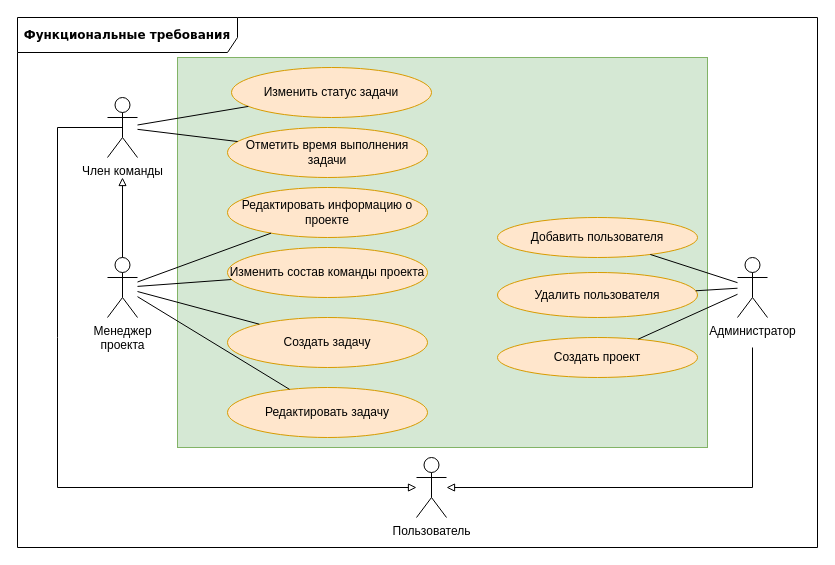
Before: docs/raw_diagrams/functional_requirements.drawio in aVorotnikov/thunder_board, a draw.io diagram. Source tidied: cells renumbered, new cells numbered last; positions are measured from the earlier drawing's top-left corner, leaving out a move shared by most shapes. Both pictures are drawn from the tidied source at 100%, with x=0, y=0 at pixel (17, 17).
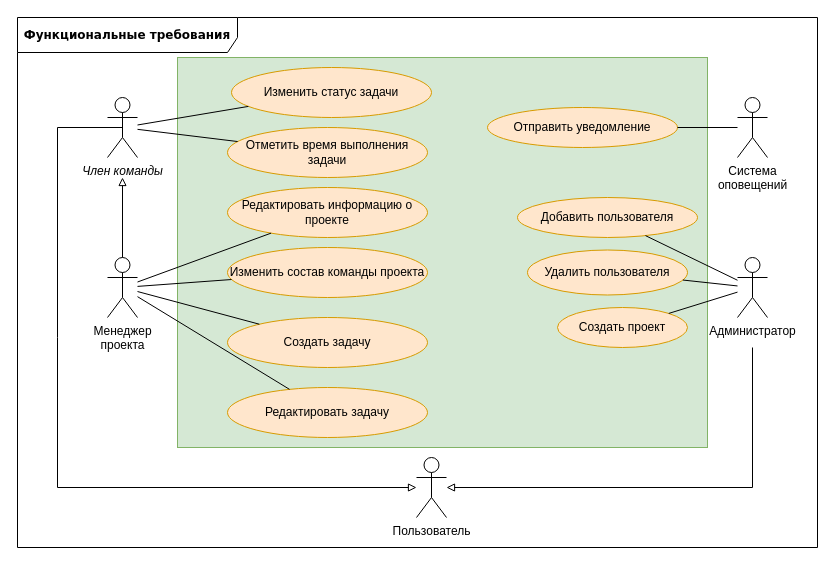
After the change.

Change to the diagram source:
```diff
@@
     <mxCell id="5" value="Добавить пользователя" style="ellipse;whiteSpace=wrap;html=1;fillColor=#ffe6cc;strokeColor=#d79b00;" parent="1" vertex="1">
-      <mxGeometry x="480" y="200" width="200" height="40" as="geometry" />
+      <mxGeometry x="500" y="180" width="180" height="40" as="geometry" />
     </mxCell>
     <mxCell id="6" value="Создать проект" style="ellipse;whiteSpace=wrap;html=1;fillColor=#ffe6cc;strokeColor=#d79b00;" parent="1" vertex="1">
-      <mxGeometry x="480" y="320" width="200" height="40" as="geometry" />
+      <mxGeometry x="540" y="290" width="130" height="40" as="geometry" />
     </mxCell>
     <mxCell id="7" value="Удалить пользователя" style="ellipse;whiteSpace=wrap;html=1;fillColor=#ffe6cc;strokeColor=#d79b00;" parent="1" vertex="1">
-      <mxGeometry x="480" y="255" width="200" height="45" as="geometry" />
+      <mxGeometry x="510" y="232.5" width="160" height="45" as="geometry" />
     </mxCell>
@@
-    <mxCell id="24" value="Член команды" style="shape=umlActor;verticalLabelPosition=bottom;verticalAlign=top;html=1;outlineConnect=0;" parent="1" vertex="1">
+    <mxCell id="24" value="&lt;i&gt;Член команды&lt;/i&gt;" style="shape=umlActor;verticalLabelPosition=bottom;verticalAlign=top;html=1;outlineConnect=0;" parent="1" vertex="1">
       <mxGeometry x="90" y="80" width="30" height="60" as="geometry" />
     </mxCell>
@@
+    <mxCell id="29" value="&lt;div&gt;Система&lt;/div&gt;&lt;div&gt;оповещений&lt;br&gt;&lt;/div&gt;" style="shape=umlActor;verticalLabelPosition=bottom;verticalAlign=top;html=1;outlineConnect=0;" parent="1" vertex="1">
+      <mxGeometry x="720" y="80" width="30" height="60" as="geometry" />
+    </mxCell>
+    <mxCell id="30" value="Отправить уведомление" style="ellipse;whiteSpace=wrap;html=1;fillColor=#ffe6cc;strokeColor=#d79b00;" parent="1" vertex="1">
+      <mxGeometry x="470" y="90" width="190" height="40" as="geometry" />
+    </mxCell>
+    <mxCell id="31" style="endArrow=none;html=1;rounded=0;entryX=1;entryY=0.5;entryDx=0;entryDy=0;" parent="1" edge="1" source="29" target="30">
+      <mxGeometry relative="1" as="geometry" />
+    </mxCell>
```
